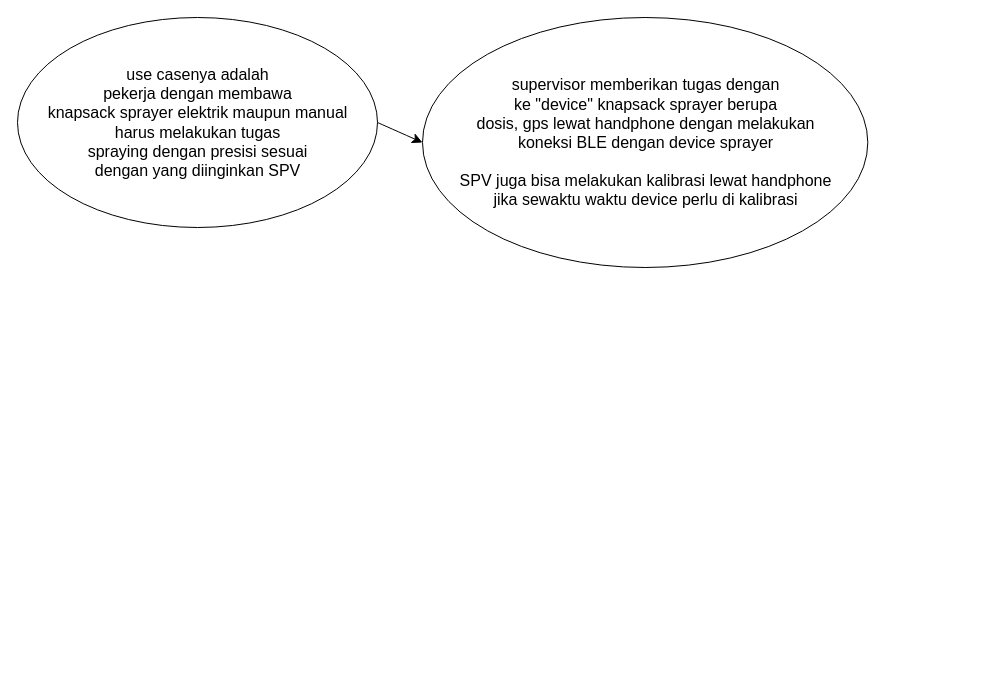
Before: Untitled Diagram.drawio in abdhilmy64/Sprayer_Tracker_BLE, a draw.io diagram. Source tidied: cells renumbered, new cells numbered last; positions are measured from the earlier drawing's top-left corner, leaving out a move shared by most shapes. Both pictures are drawn from the tidied source at 100%, with x=0, y=0 at pixel (17, 17).
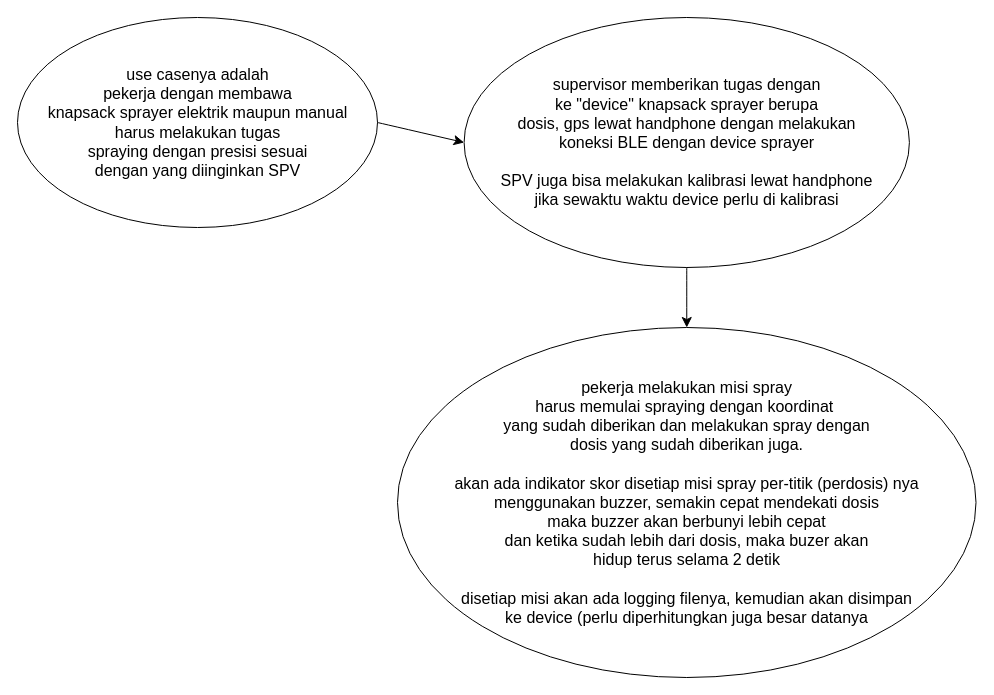
The same page after the edit.

The edit, as a diff of the source:
```diff
@@
 <mxGraphModel>
   <root>
     <mxCell id="0" />
     <mxCell id="1" parent="0" />
     <mxCell id="2" style="group;" parent="1" vertex="1">
       <mxGeometry width="360" height="210" as="geometry" />
     </mxCell>
     <mxCell id="3" style="ellipse;whiteSpace=wrap;html=1;" parent="2" vertex="1">
       <mxGeometry width="360" height="210" as="geometry" />
     </mxCell>
     <mxCell id="4" value="use casenya adalah&lt;div&gt;pekerja dengan membawa&lt;/div&gt;&lt;div&gt;&lt;span style=&quot;background-color: transparent;&quot;&gt;knapsack sprayer elektrik maupun manual&lt;/span&gt;&lt;/div&gt;&lt;div&gt;&lt;span style=&quot;background-color: transparent; color: light-dark(rgb(0, 0, 0), rgb(255, 255, 255));&quot;&gt;harus melakukan tugas&lt;/span&gt;&lt;/div&gt;&lt;div&gt;spraying dengan presisi sesuai&lt;/div&gt;&lt;div&gt;dengan yang diinginkan SPV&lt;/div&gt;" style="text;html=1;align=center;verticalAlign=middle;strokeColor=none;fillColor=none;fontSize=16;" parent="2" vertex="1">
       <mxGeometry x="20" y="40" width="320" height="130" as="geometry" />
     </mxCell>
     <mxCell id="5" style="group;" parent="1" vertex="1">
-      <mxGeometry x="405" width="445.3" height="250" as="geometry" />
+      <mxGeometry x="446.6" width="445.3" height="250" as="geometry" />
     </mxCell>
     <mxCell id="6" style="ellipse;whiteSpace=wrap;html=1;" parent="5" vertex="1">
       <mxGeometry width="445.3" height="250" as="geometry" />
     </mxCell>
     <mxCell id="7" value="supervisor memberikan tugas dengan&lt;div&gt;ke &quot;device&quot;&amp;nbsp;&lt;span style=&quot;background-color: transparent; color: light-dark(rgb(0, 0, 0), rgb(255, 255, 255));&quot;&gt;knapsack sprayer berupa&lt;/span&gt;&lt;/div&gt;&lt;div&gt;&lt;span style=&quot;background-color: transparent; color: light-dark(rgb(0, 0, 0), rgb(255, 255, 255));&quot;&gt;dosis, gps lewat handphone dengan melakukan&lt;/span&gt;&lt;/div&gt;&lt;div&gt;&lt;span style=&quot;background-color: transparent; color: light-dark(rgb(0, 0, 0), rgb(255, 255, 255));&quot;&gt;koneksi BLE dengan device sprayer&lt;/span&gt;&lt;/div&gt;&lt;div&gt;&lt;br&gt;&lt;/div&gt;&lt;div&gt;SPV juga bisa melakukan kalibrasi lewat handphone&lt;/div&gt;&lt;div&gt;jika&amp;nbsp;&lt;span style=&quot;background-color: transparent; color: light-dark(rgb(0, 0, 0), rgb(255, 255, 255));&quot;&gt;sewaktu waktu device perlu di kalibrasi&lt;/span&gt;&lt;/div&gt;" style="text;html=1;align=center;verticalAlign=middle;strokeColor=none;fillColor=none;fontSize=16;" parent="5" vertex="1">
       <mxGeometry x="22.6" y="50" width="400" height="150" as="geometry" />
     </mxCell>
     <mxCell id="8" style="edgeStyle=none;curved=1;rounded=0;jettySize=auto;html=1;exitX=1;exitY=0.5;exitDx=0;exitDy=0;entryX=0;entryY=0.5;entryDx=0;entryDy=0;fontSize=12;startSize=8;endSize=8;" parent="1" edge="1" source="3" target="6">
       <mxGeometry relative="1" as="geometry" />
     </mxCell>
+    <mxCell id="9" style="edgeStyle=none;curved=1;rounded=0;jettySize=auto;html=1;entryX=0.5;entryY=0;entryDx=0;entryDy=0;fontSize=12;startSize=8;endSize=8;" parent="1" edge="1" source="6" target="11">
+      <mxGeometry relative="1" as="geometry" />
+    </mxCell>
+    <mxCell id="10" style="group;" parent="1" vertex="1">
+      <mxGeometry x="380" y="310" width="578.5" height="350" as="geometry" />
+    </mxCell>
+    <mxCell id="11" style="ellipse;whiteSpace=wrap;html=1;" parent="10" vertex="1">
+      <mxGeometry width="578.5" height="350" as="geometry" />
+    </mxCell>
+    <mxCell id="12" value="pekerja melakukan misi spray&lt;div&gt;&lt;div&gt;harus memulai spraying dengan koordinat&amp;nbsp;&lt;/div&gt;&lt;div&gt;yang sudah diberikan dan melakukan spray dengan&lt;/div&gt;&lt;/div&gt;&lt;div&gt;dosis yang sudah diberikan juga.&lt;/div&gt;&lt;div&gt;&lt;br&gt;&lt;/div&gt;&lt;div&gt;akan ada indikator skor disetiap misi spray per-titik (perdosis) nya&lt;/div&gt;&lt;div&gt;menggunakan buzzer, semakin cepat mendekati dosis&lt;/div&gt;&lt;div&gt;maka buzzer akan berbunyi lebih cepat&lt;/div&gt;&lt;div&gt;dan ketika sudah lebih dari dosis, maka buzer akan&lt;/div&gt;&lt;div&gt;hidup terus selama 2 detik&lt;/div&gt;&lt;div&gt;&lt;br&gt;&lt;/div&gt;&lt;div&gt;disetiap misi akan ada logging filenya, kemudian akan disimpan&lt;/div&gt;&lt;div&gt;ke device (perlu diperhitungkan juga besar datanya&lt;/div&gt;" style="text;html=1;align=center;verticalAlign=middle;strokeColor=none;fillColor=none;fontSize=16;" parent="10" vertex="1">
+      <mxGeometry x="44.2" y="45" width="490" height="260" as="geometry" />
+    </mxCell>
   </root>
 </mxGraphModel>
```
